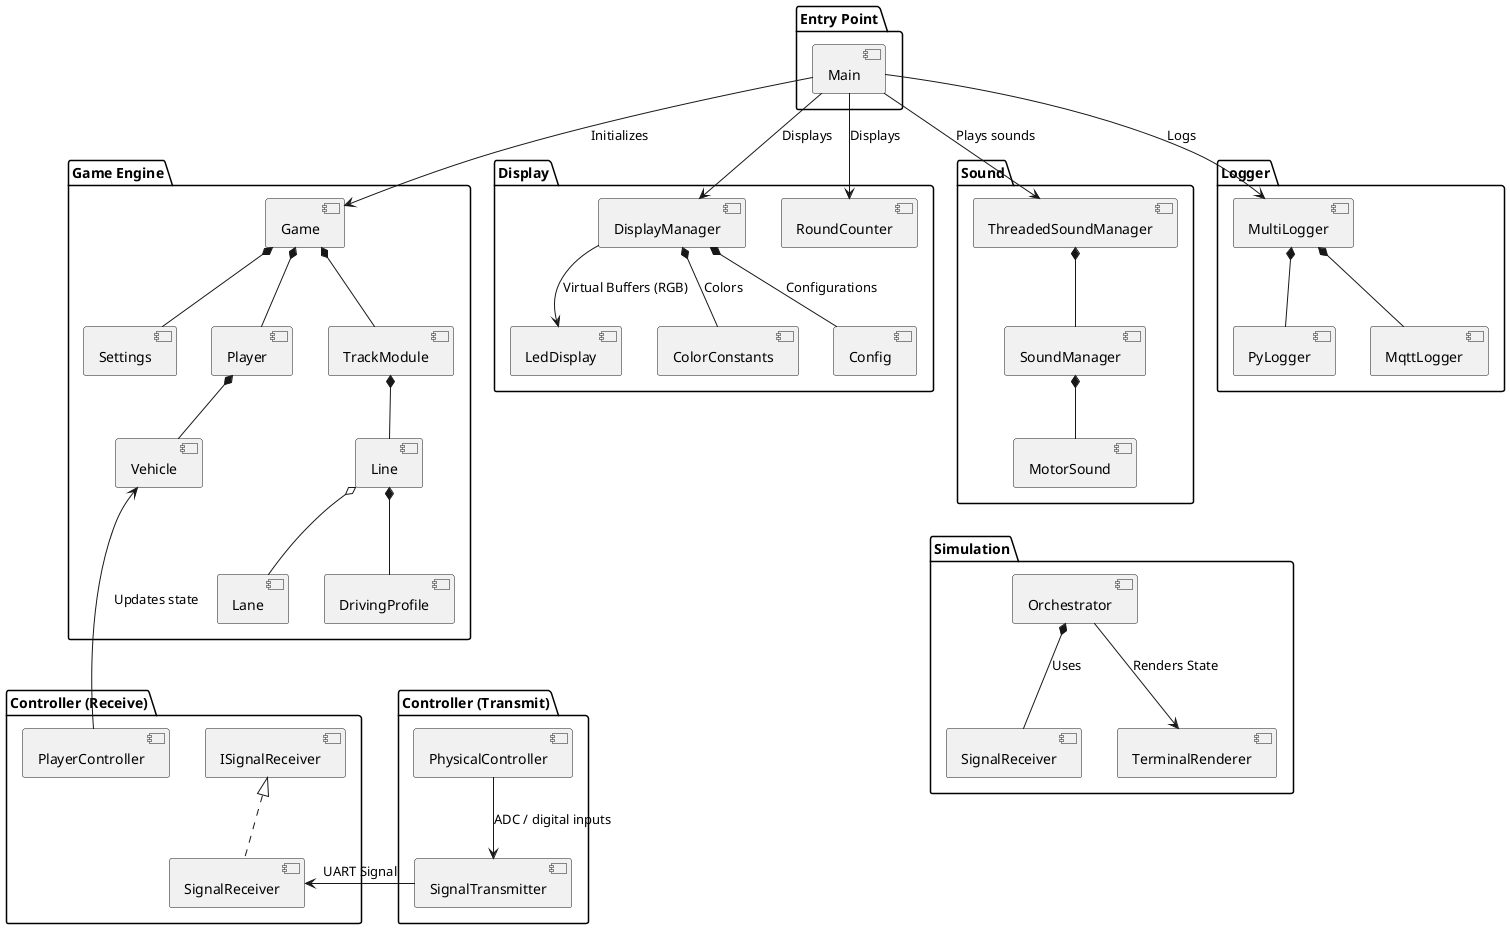
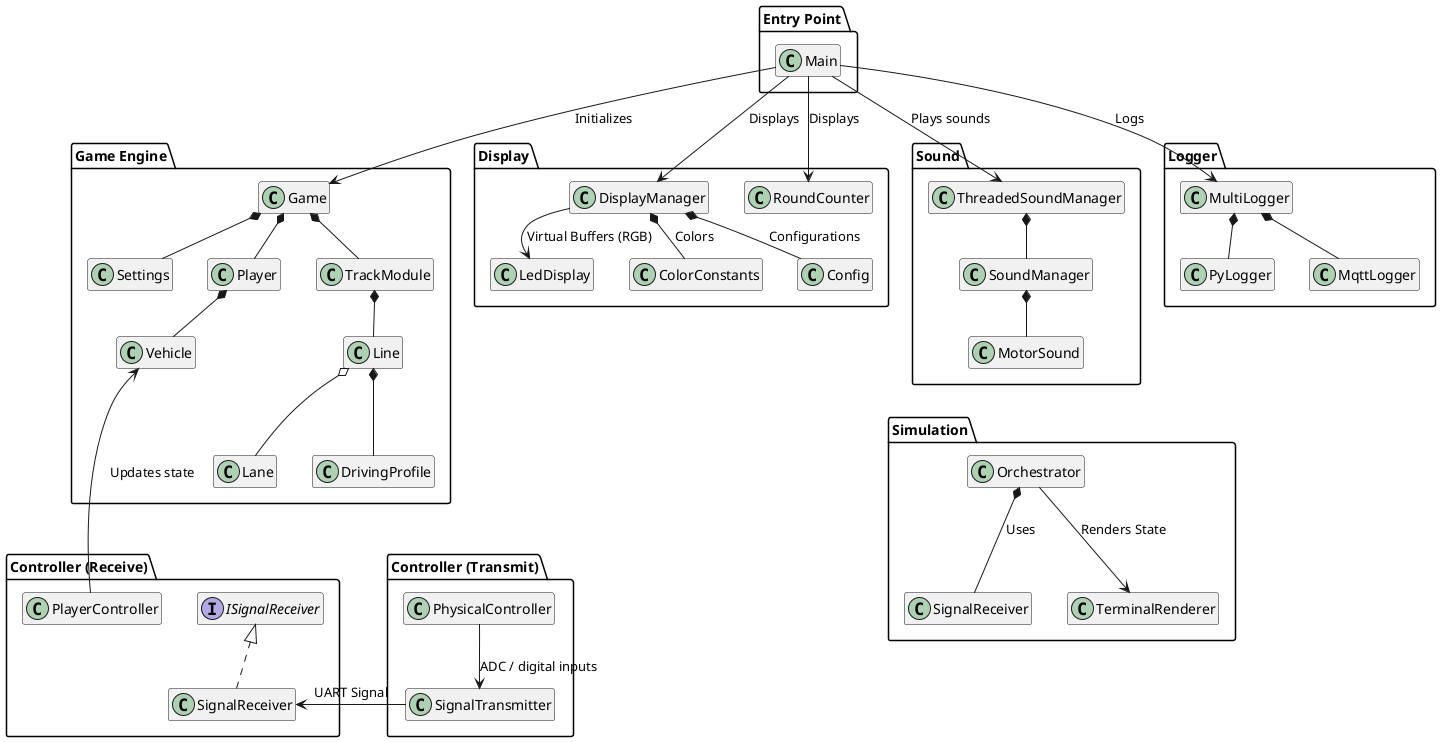
@startuml
'!theme plain
- 'skinparam componentStyle uml2
+ skinparam componentStyle uml2
+ hide members
+ top to bottom direction
+ ' skinparam linetype ortho
+ skinparam nodesep 35
+ skinparam ranksep 25

package "Controller (Transmit)" {
-   [SignalTransmitter]
-   [PhysicalController]
+   class "SignalTransmitter" as SignalTransmitter
+   class "PhysicalController" as PhysicalController
}

package "Controller (Receive)" {
-   [ISignalReceiver]
-   [SignalReceiver]
-   [PlayerController]
+   interface "ISignalReceiver" as ISignalReceiver
+   class "SignalReceiver" as SignalReceiver
+   class "PlayerController" as PlayerController
}

package "Game Engine" {
-   [Game] as GameMain
-   [Settings]
-   [Player]
-   [Vehicle]
-   [TrackModule]
-   [Line]
-   [Lane]
-   [DrivingProfile]
+   class "Game" as GameMain
+   class "Settings" as Settings
+   class "Player" as Player
+   class "Vehicle" as Vehicle
+   class "TrackModule" as TrackModule
+   class "Line" as Line
+   class "Lane" as Lane
+   class "DrivingProfile" as DrivingProfile

-   GameMain *-- [Settings]
-   GameMain *-- [Player]
-   GameMain *-- [TrackModule]
-   [Player] *-- [Vehicle]
-   [TrackModule] *-- [Line]
-   [Line] *-- [DrivingProfile]
-   [Line] o-- [Lane]
+   GameMain *-- Settings
+   GameMain *-- Player
+   GameMain *-- TrackModule
+   Player *-- Vehicle
+   TrackModule *-- Line
+   Line *-- DrivingProfile
+   Line o-- Lane
}

package "Display" {
-   [DisplayManager]
-   [LedDisplay]
-   [ColorConstants]
-   [Config]
-   [RoundCounter]
+   class "DisplayManager" as DisplayManager
+   class "LedDisplay" as LedDisplay
+   class "ColorConstants" as ColorConstants
+   class "Config" as Config
+   class "RoundCounter" as RoundCounter
}

package "Sound" {
-   [ThreadedSoundManager]
-   [SoundManager]
-   [MotorSound]
+   class "ThreadedSoundManager" as ThreadedSoundManager
+   class "SoundManager" as SoundManager
+   class "MotorSound" as MotorSound
}

package "Logger" {
-   [MultiLogger]
-   [PyLogger]
-   [MqttLogger]
+   class "MultiLogger" as MultiLogger
+   class "PyLogger" as PyLogger
+   class "MqttLogger" as MqttLogger
}

package "Simulation" {
-   [Orchestrator]
-   [SignalReceiver] as SimulationSignalReceiver
-   [TerminalRenderer]
+   class "Orchestrator" as Orchestrator
+   class "SignalReceiver" as SimulationSignalReceiver
+   class "TerminalRenderer" as TerminalRenderer
}

package "Entry Point" {
-   [Main]
+   class "Main" as Main
}

- [Main] --> GameMain : Initializes
- [Main] --> [DisplayManager] : Displays
- [Main] --> [RoundCounter] : Displays
- [Main] --> [ThreadedSoundManager] : Plays sounds
- [Main] --> [MultiLogger] : Logs
+ Main --> GameMain : Initializes
+ Main --> DisplayManager : Displays
+ Main --> RoundCounter : Displays
+ Main --> ThreadedSoundManager : Plays sounds
+ Main --> MultiLogger : Logs

- [PhysicalController] --> [SignalTransmitter] : ADC / digital inputs
- [SignalTransmitter] --> [SignalReceiver] : UART Signal
- [ISignalReceiver] <|.. [SignalReceiver]
+ PhysicalController --> SignalTransmitter : ADC / digital inputs
+ SignalTransmitter --> SignalReceiver : UART Signal
+ ISignalReceiver <|.. SignalReceiver

- [PlayerController] --> [Vehicle] : Updates state
+ PlayerController --> Vehicle : Updates state

- [DisplayManager] --> [LedDisplay] : Virtual Buffers (RGB)
- [DisplayManager] *-- [Config] : Configurations
- [DisplayManager] *-- [ColorConstants] : Colors
+ DisplayManager --> LedDisplay : Virtual Buffers (RGB)
+ DisplayManager *-- Config : Configurations
+ DisplayManager *-- ColorConstants : Colors


- [ThreadedSoundManager] *-- [SoundManager]
- [SoundManager] *-- [MotorSound]
+ ThreadedSoundManager *-- SoundManager
+ SoundManager *-- MotorSound

- [MultiLogger] *-- [PyLogger]
- [MultiLogger] *-- [MqttLogger]
+ MultiLogger *-- PyLogger
+ MultiLogger *-- MqttLogger

- [Orchestrator] --> [TerminalRenderer] : Renders State
- [Orchestrator] *-- SimulationSignalReceiver : Uses
+ Orchestrator --> TerminalRenderer : Renders State
+ Orchestrator *-- SimulationSignalReceiver : Uses

' Layout positioning
MotorSound -[hidden]down-> Orchestrator
DrivingProfile -[hidden]down-> PhysicalController
DrivingProfile-[hidden]down-> PlayerController
@enduml